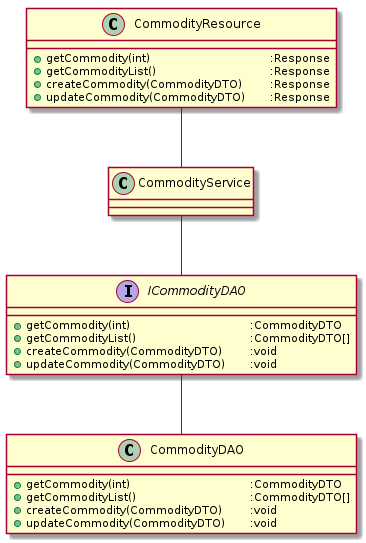
Above: UML/class/delt/commodity.png in GRP25/CDIO_Final (PlantUML), before the change.
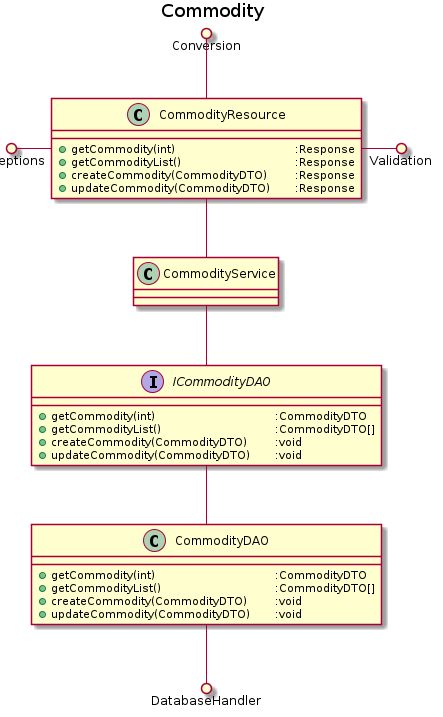
After the change.

Change to the diagram source:
```diff
@@ -1,4 +1,6 @@
 @startuml
+skinparam linetype ortho
+title Commodity
 class "CommodityDAO" as comdao {
     + getCommodity(int)\t\t\t\t:CommodityDTO
     + getCommodityList()\t\t\t\t:CommodityDTO[]
@@ -22,4 +24,8 @@
 icomdao -u- comser
 icomdao -d- comdao
 comres -d- comser
+comdao --() DatabaseHandler
+comres -() Validation
+Exceptions ()- comres
+Conversion ()-- comres
 @enduml
```
